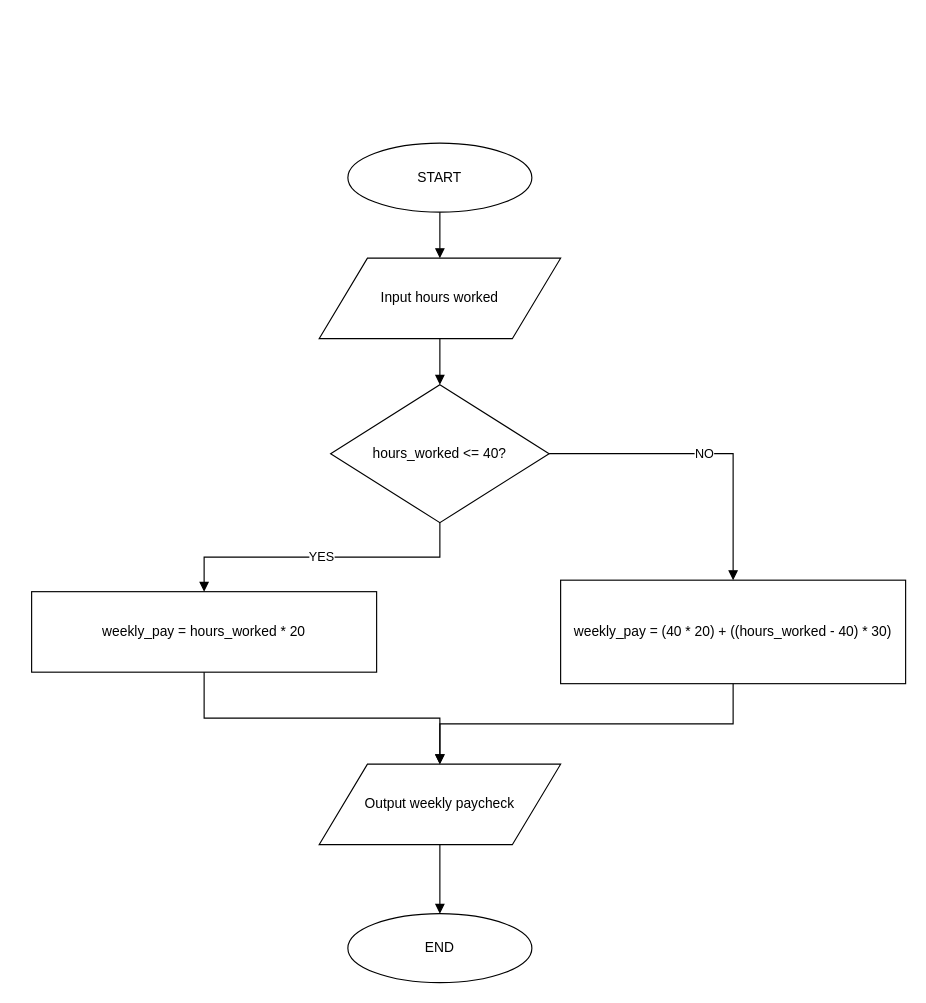
Above: page "Paycheck Calculator" (1 of 5) of Module-3/design/paycheck_calculator.drawio in BirdBossKyle/IT-140 (draw.io), before the change. Source tidied: cells renumbered, new cells numbered last; positions are measured from the earlier drawing's top-left corner, leaving out a move shared by most shapes. Both pictures are drawn from the tidied source at 115%, with x=0, y=0 at pixel (31, 143).
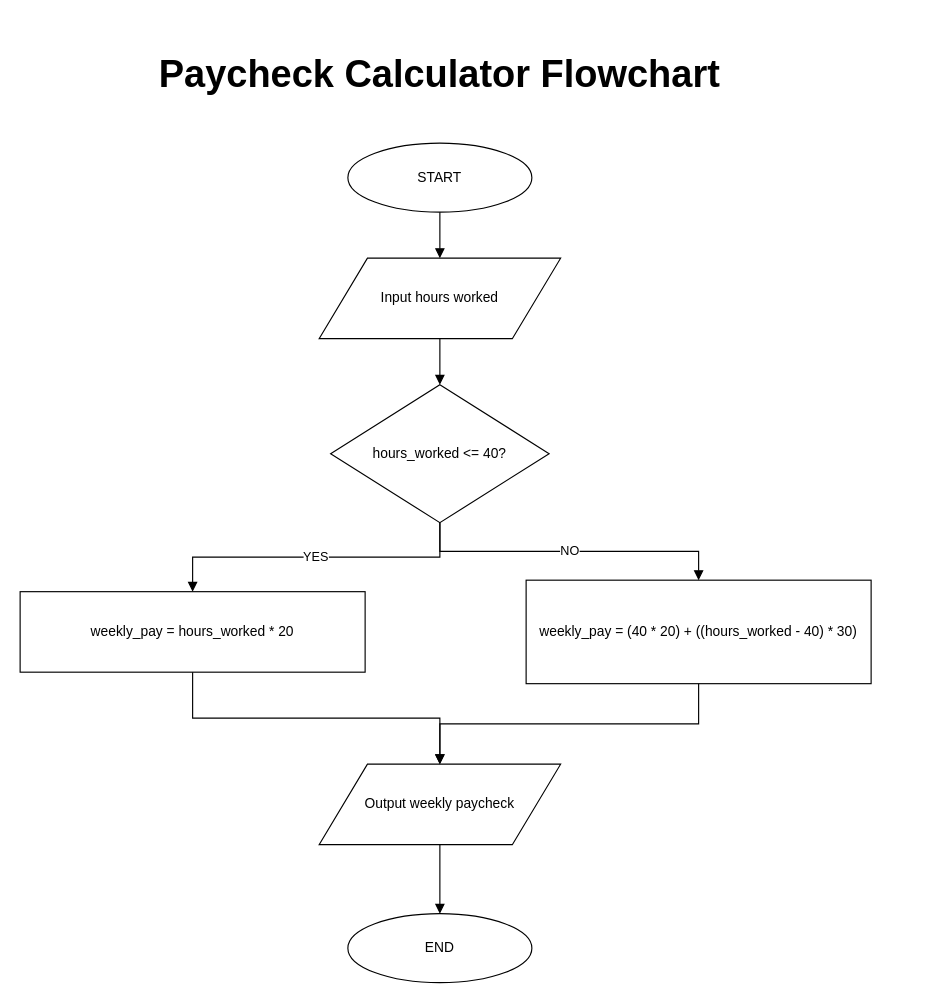
After the change.

Commit message:
Use Module 3 flowchart template and complete paycheck logic

The edit, as a diff of the source:
```diff
@@
-<mxGraphModel>
+<mxGraphModel background="#ffffff">
   <root>
     <mxCell id="0" />
     <mxCell id="1" parent="0" />
+    <mxCell id="16" value="&lt;h2&gt;Paycheck Calculator Flowchart&lt;/h2&gt;" style="text;html=1;align=center;verticalAlign=middle;whiteSpace=wrap;rounded=0;fontSize=22;" parent="1" vertex="1">
+      <mxGeometry x="90" y="-90" width="530" height="60" as="geometry" />
+    </mxCell>
     <mxCell id="2" value="START" style="ellipse;whiteSpace=wrap;html=1;" parent="1" vertex="1">
       <mxGeometry x="275" width="160" height="60" as="geometry" />
     </mxCell>
     <mxCell id="3" value="Input hours worked" style="shape=parallelogram;perimeter=parallelogramPerimeter;whiteSpace=wrap;html=1;" parent="1" vertex="1">
       <mxGeometry x="250" y="100" width="210" height="70" as="geometry" />
     </mxCell>
     <mxCell id="4" value="hours_worked &amp;lt;= 40?" style="rhombus;whiteSpace=wrap;html=1;" parent="1" vertex="1">
       <mxGeometry x="260" y="210" width="190" height="120" as="geometry" />
     </mxCell>
     <mxCell id="5" value="weekly_pay = hours_worked * 20" style="rounded=0;whiteSpace=wrap;html=1;" parent="1" vertex="1">
-      <mxGeometry y="390" width="300" height="70" as="geometry" />
+      <mxGeometry x="-10" y="390" width="300" height="70" as="geometry" />
     </mxCell>
     <mxCell id="6" value="weekly_pay = (40 * 20) + ((hours_worked - 40) * 30)" style="rounded=0;whiteSpace=wrap;html=1;" parent="1" vertex="1">
-      <mxGeometry x="460" y="380" width="300" height="90" as="geometry" />
+      <mxGeometry x="430" y="380" width="300" height="90" as="geometry" />
     </mxCell>
     <mxCell id="7" value="Output weekly paycheck" style="shape=parallelogram;perimeter=parallelogramPerimeter;whiteSpace=wrap;html=1;" parent="1" vertex="1">
       <mxGeometry x="250" y="540" width="210" height="70" as="geometry" />
     </mxCell>
     <mxCell id="8" value="END" style="ellipse;whiteSpace=wrap;html=1;" parent="1" vertex="1">
       <mxGeometry x="275" y="670" width="160" height="60" as="geometry" />
     </mxCell>
     <mxCell id="9" style="edgeStyle=orthogonalEdgeStyle;rounded=0;jettySize=auto;html=1;endArrow=block;" parent="1" edge="1" source="2" target="3">
       <mxGeometry relative="1" as="geometry" />
     </mxCell>
     <mxCell id="10" style="edgeStyle=orthogonalEdgeStyle;rounded=0;jettySize=auto;html=1;endArrow=block;" parent="1" edge="1" source="3" target="4">
       <mxGeometry relative="1" as="geometry" />
     </mxCell>
     <mxCell id="11" value="YES" style="edgeStyle=orthogonalEdgeStyle;rounded=0;jettySize=auto;html=1;endArrow=block;" parent="1" edge="1" source="4" target="5">
       <mxGeometry relative="1" as="geometry" />
     </mxCell>
     <mxCell id="12" value="NO" style="edgeStyle=orthogonalEdgeStyle;rounded=0;jettySize=auto;html=1;endArrow=block;" parent="1" edge="1" source="4" target="6">
       <mxGeometry relative="1" as="geometry" />
     </mxCell>
     <mxCell id="13" style="edgeStyle=orthogonalEdgeStyle;rounded=0;jettySize=auto;html=1;endArrow=block;" parent="1" edge="1" source="5" target="7">
       <mxGeometry relative="1" as="geometry" />
     </mxCell>
     <mxCell id="14" style="edgeStyle=orthogonalEdgeStyle;rounded=0;jettySize=auto;html=1;endArrow=block;" parent="1" edge="1" source="6" target="7">
       <mxGeometry relative="1" as="geometry" />
     </mxCell>
     <mxCell id="15" style="edgeStyle=orthogonalEdgeStyle;rounded=0;jettySize=auto;html=1;endArrow=block;" parent="1" edge="1" source="7" target="8">
       <mxGeometry relative="1" as="geometry" />
     </mxCell>
   </root>
 </mxGraphModel>
```
